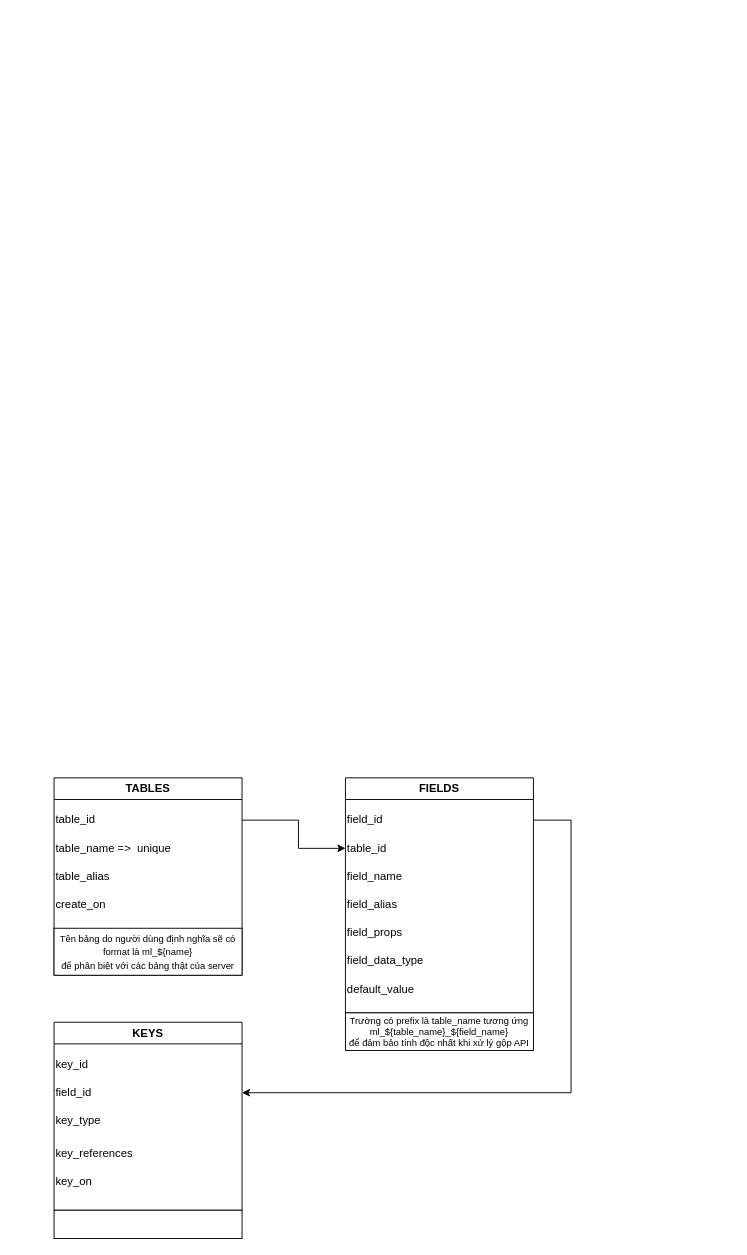
Above: CoreData.drawio in dbdev2912/khong_dc_khau_nghiep (draw.io), before the change. Source tidied: cells renumbered, new cells numbered last; positions are measured from the earlier drawing's top-left corner, leaving out a move shared by most shapes. Both pictures are drawn from the tidied source at 94%, with x=0, y=0 at pixel (54, 777).
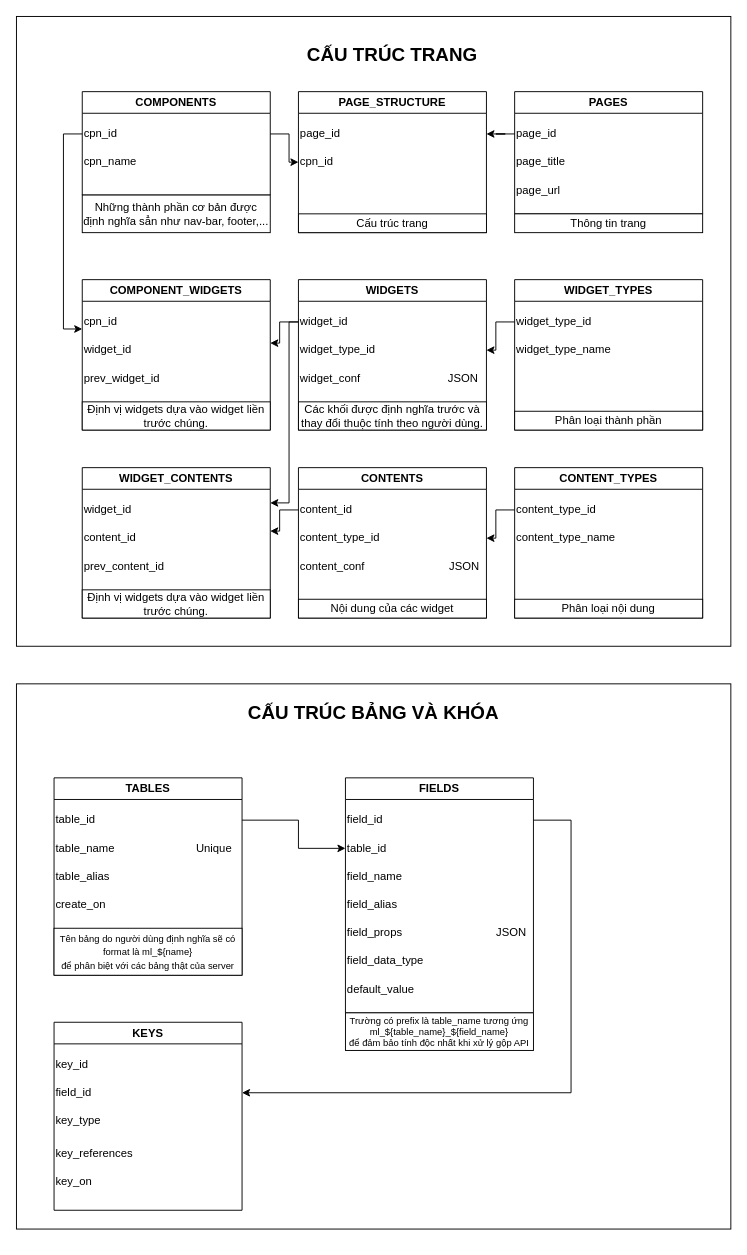
The same diagram, later.

Commit message (it also covers changes not shown here):
Cập nhật CoreData.drawio

Unchanged cells that the change refers to:
```xml
<mxCell id="2" value="TABLES" style="swimlane;whiteSpace=wrap;html=1;" parent="1" vertex="1">
  <mxGeometry width="200" height="210" as="geometry" />
</mxCell>
<mxCell id="8" value="&lt;span style=&quot;font-size: 12px;&quot;&gt;FIELDS&lt;/span&gt;" style="swimlane;whiteSpace=wrap;html=1;fontSize=10;" parent="1" vertex="1">
  <mxGeometry x="310" width="200" height="250" as="geometry" />
</mxCell>
```

Diff of the diagram source:
```diff
@@
+    <mxCell id="26" style="rounded=0;whiteSpace=wrap;html=1;fontSize=20;" parent="1" vertex="1">
+      <mxGeometry x="-40" y="-100" width="760" height="580" as="geometry" />
+    </mxCell>
+    <mxCell id="27" style="rounded=0;whiteSpace=wrap;html=1;" parent="1" vertex="1">
+      <mxGeometry x="-40" y="-810" width="760" height="670" as="geometry" />
+    </mxCell>
@@
-    <mxCell id="4" value="table_name&lt;span style=&quot;white-space: pre;&quot;&gt; &lt;/span&gt;=&amp;gt;&lt;span style=&quot;white-space: pre;&quot;&gt; &lt;/span&gt;&lt;span style=&quot;white-space: pre;&quot;&gt; &lt;/span&gt;unique" style="text;html=1;strokeColor=none;fillColor=none;align=left;verticalAlign=middle;whiteSpace=wrap;rounded=0;" parent="2" vertex="1">
+    <mxCell id="4" value="table_name&amp;nbsp; &amp;nbsp; &amp;nbsp; &amp;nbsp; &amp;nbsp; &amp;nbsp; &amp;nbsp; &amp;nbsp; &amp;nbsp; &amp;nbsp; &amp;nbsp;&lt;span style=&quot;white-space: pre;&quot;&gt; &lt;/span&gt;&lt;span style=&quot;white-space: pre;&quot;&gt;    U&lt;/span&gt;nique" style="text;html=1;strokeColor=none;fillColor=none;align=left;verticalAlign=middle;whiteSpace=wrap;rounded=0;" parent="2" vertex="1">
       <mxGeometry y="60" width="200" height="30" as="geometry" />
     </mxCell>
@@
-    <mxCell id="13" value="&lt;span style=&quot;font-size: 12px;&quot;&gt;field_props&lt;/span&gt;" style="text;html=1;strokeColor=none;fillColor=none;align=left;verticalAlign=middle;whiteSpace=wrap;rounded=0;fontSize=10;" parent="8" vertex="1">
+    <mxCell id="13" value="&lt;span style=&quot;font-size: 12px;&quot;&gt;field_props&amp;nbsp; &amp;nbsp; &amp;nbsp; &amp;nbsp; &amp;nbsp; &amp;nbsp; &amp;nbsp; &amp;nbsp; &amp;nbsp; &amp;nbsp; &amp;nbsp; &amp;nbsp; &amp;nbsp; &amp;nbsp; &amp;nbsp; JSON&lt;/span&gt;" style="text;html=1;strokeColor=none;fillColor=none;align=left;verticalAlign=middle;whiteSpace=wrap;rounded=0;fontSize=10;" parent="8" vertex="1">
       <mxGeometry y="150" width="200" height="30" as="geometry" />
     </mxCell>
@@
-    <mxCell id="24" style="rounded=0;whiteSpace=wrap;html=1;fontSize=12;" parent="1" vertex="1">
-      <mxGeometry y="460" width="200" height="30" as="geometry" />
-    </mxCell>
@@
+    <mxCell id="28" value="PAGES" style="swimlane;whiteSpace=wrap;html=1;" parent="1" vertex="1">
+      <mxGeometry x="490" y="-730" width="200" height="130" as="geometry" />
+    </mxCell>
+    <mxCell id="29" value="page_id" style="text;html=1;strokeColor=none;fillColor=none;align=left;verticalAlign=middle;whiteSpace=wrap;rounded=0;" parent="28" vertex="1">
+      <mxGeometry y="30" width="190" height="30" as="geometry" />
+    </mxCell>
+    <mxCell id="30" value="page_title" style="text;html=1;strokeColor=none;fillColor=none;align=left;verticalAlign=middle;whiteSpace=wrap;rounded=0;" parent="28" vertex="1">
+      <mxGeometry y="60" width="190" height="30" as="geometry" />
+    </mxCell>
+    <mxCell id="31" value="page_url" style="text;html=1;strokeColor=none;fillColor=none;align=left;verticalAlign=middle;whiteSpace=wrap;rounded=0;" parent="28" vertex="1">
+      <mxGeometry y="90" width="190" height="30" as="geometry" />
+    </mxCell>
+    <mxCell id="32" value="Thông tin trang" style="rounded=0;whiteSpace=wrap;html=1;" parent="1" vertex="1">
+      <mxGeometry x="490" y="-600" width="200" height="20" as="geometry" />
+    </mxCell>
+    <mxCell id="33" value="COMPONENTS" style="swimlane;whiteSpace=wrap;html=1;" parent="1" vertex="1">
+      <mxGeometry x="30" y="-730" width="200" height="110" as="geometry" />
+    </mxCell>
+    <mxCell id="34" value="cpn_id" style="text;html=1;strokeColor=none;fillColor=none;align=left;verticalAlign=middle;whiteSpace=wrap;rounded=0;" parent="33" vertex="1">
+      <mxGeometry y="30" width="200" height="30" as="geometry" />
+    </mxCell>
+    <mxCell id="35" value="cpn_name" style="text;html=1;strokeColor=none;fillColor=none;align=left;verticalAlign=middle;whiteSpace=wrap;rounded=0;" parent="33" vertex="1">
+      <mxGeometry y="60" width="60" height="30" as="geometry" />
+    </mxCell>
+    <mxCell id="36" value="Những thành phần cơ bản được định nghĩa sẳn như nav-bar, footer,..." style="rounded=0;whiteSpace=wrap;html=1;" parent="1" vertex="1">
+      <mxGeometry x="30" y="-620" width="200" height="40" as="geometry" />
+    </mxCell>
+    <mxCell id="37" value="COMPONENT_WIDGETS" style="swimlane;whiteSpace=wrap;html=1;" parent="1" vertex="1">
+      <mxGeometry x="30" y="-530" width="200" height="160" as="geometry" />
+    </mxCell>
+    <mxCell id="38" value="cpn_id" style="text;html=1;strokeColor=none;fillColor=none;align=left;verticalAlign=middle;whiteSpace=wrap;rounded=0;" parent="37" vertex="1">
+      <mxGeometry y="30" width="200" height="30" as="geometry" />
+    </mxCell>
+    <mxCell id="39" value="widget_id" style="text;html=1;strokeColor=none;fillColor=none;align=left;verticalAlign=middle;whiteSpace=wrap;rounded=0;" parent="37" vertex="1">
+      <mxGeometry y="60" width="200" height="30" as="geometry" />
+    </mxCell>
+    <mxCell id="40" value="prev_widget_id" style="text;html=1;strokeColor=none;fillColor=none;align=left;verticalAlign=middle;whiteSpace=wrap;rounded=0;" parent="37" vertex="1">
+      <mxGeometry y="90" width="200" height="30" as="geometry" />
+    </mxCell>
+    <mxCell id="41" value="Định vị widgets dựa vào widget liền trước chúng." style="rounded=0;whiteSpace=wrap;html=1;" parent="37" vertex="1">
+      <mxGeometry y="130" width="200" height="30" as="geometry" />
+    </mxCell>
+    <mxCell id="42" value="WIDGETS" style="swimlane;whiteSpace=wrap;html=1;" parent="1" vertex="1">
+      <mxGeometry x="260" y="-530" width="200" height="160" as="geometry" />
+    </mxCell>
+    <mxCell id="43" value="widget_id" style="text;html=1;strokeColor=none;fillColor=none;align=left;verticalAlign=middle;whiteSpace=wrap;rounded=0;" parent="42" vertex="1">
+      <mxGeometry y="30" width="200" height="30" as="geometry" />
+    </mxCell>
+    <mxCell id="44" value="widget_type_id" style="text;html=1;strokeColor=none;fillColor=none;align=left;verticalAlign=middle;whiteSpace=wrap;rounded=0;" parent="42" vertex="1">
+      <mxGeometry y="60" width="200" height="30" as="geometry" />
+    </mxCell>
+    <mxCell id="45" value="widget_conf&amp;nbsp; &amp;nbsp; &amp;nbsp; &amp;nbsp; &amp;nbsp; &amp;nbsp; &amp;nbsp; &amp;nbsp; &amp;nbsp; &amp;nbsp; &amp;nbsp; &amp;nbsp; &amp;nbsp; &amp;nbsp; JSON" style="text;html=1;strokeColor=none;fillColor=none;align=left;verticalAlign=middle;whiteSpace=wrap;rounded=0;" parent="42" vertex="1">
+      <mxGeometry y="90" width="200" height="30" as="geometry" />
+    </mxCell>
+    <mxCell id="46" value="Các khối được định nghĩa trước và thay đổi thuộc tính theo người dùng." style="rounded=0;whiteSpace=wrap;html=1;" parent="42" vertex="1">
+      <mxGeometry y="130" width="200" height="30" as="geometry" />
+    </mxCell>
+    <mxCell id="47" value="WIDGET_TYPES" style="swimlane;whiteSpace=wrap;html=1;" parent="1" vertex="1">
+      <mxGeometry x="490" y="-530" width="200" height="160" as="geometry" />
+    </mxCell>
+    <mxCell id="48" value="widget_type_id" style="text;html=1;strokeColor=none;fillColor=none;align=left;verticalAlign=middle;whiteSpace=wrap;rounded=0;" parent="47" vertex="1">
+      <mxGeometry y="30" width="200" height="30" as="geometry" />
+    </mxCell>
+    <mxCell id="49" value="widget_type_name" style="text;html=1;strokeColor=none;fillColor=none;align=left;verticalAlign=middle;whiteSpace=wrap;rounded=0;" parent="47" vertex="1">
+      <mxGeometry y="60" width="200" height="30" as="geometry" />
+    </mxCell>
+    <mxCell id="50" value="Phân loại thành phần" style="rounded=0;whiteSpace=wrap;html=1;" parent="47" vertex="1">
+      <mxGeometry y="140" width="200" height="20" as="geometry" />
+    </mxCell>
+    <mxCell id="51" value="PAGE_STRUCTURE" style="swimlane;whiteSpace=wrap;html=1;" parent="1" vertex="1">
+      <mxGeometry x="260" y="-730" width="200" height="150" as="geometry" />
+    </mxCell>
+    <mxCell id="52" value="page_id" style="text;html=1;strokeColor=none;fillColor=none;align=left;verticalAlign=middle;whiteSpace=wrap;rounded=0;" parent="51" vertex="1">
+      <mxGeometry y="30" width="200" height="30" as="geometry" />
+    </mxCell>
+    <mxCell id="53" value="cpn_id" style="text;html=1;strokeColor=none;fillColor=none;align=left;verticalAlign=middle;whiteSpace=wrap;rounded=0;" parent="51" vertex="1">
+      <mxGeometry y="60" width="200" height="30" as="geometry" />
+    </mxCell>
+    <mxCell id="54" value="Cấu trúc trang" style="rounded=0;whiteSpace=wrap;html=1;" parent="51" vertex="1">
+      <mxGeometry y="130" width="200" height="20" as="geometry" />
+    </mxCell>
+    <mxCell id="55" value="CONTENTS" style="swimlane;whiteSpace=wrap;html=1;" parent="1" vertex="1">
+      <mxGeometry x="260" y="-330" width="200" height="160" as="geometry" />
+    </mxCell>
+    <mxCell id="56" value="content_id" style="text;html=1;strokeColor=none;fillColor=none;align=left;verticalAlign=middle;whiteSpace=wrap;rounded=0;" parent="55" vertex="1">
+      <mxGeometry y="30" width="200" height="30" as="geometry" />
+    </mxCell>
+    <mxCell id="57" value="content_type_id" style="text;html=1;strokeColor=none;fillColor=none;align=left;verticalAlign=middle;whiteSpace=wrap;rounded=0;" parent="55" vertex="1">
+      <mxGeometry y="60" width="200" height="30" as="geometry" />
+    </mxCell>
+    <mxCell id="58" value="content_conf&amp;nbsp; &amp;nbsp; &amp;nbsp; &amp;nbsp; &amp;nbsp; &amp;nbsp; &amp;nbsp; &amp;nbsp; &amp;nbsp; &amp;nbsp; &amp;nbsp; &amp;nbsp; &amp;nbsp; &amp;nbsp;JSON" style="text;html=1;strokeColor=none;fillColor=none;align=left;verticalAlign=middle;whiteSpace=wrap;rounded=0;" parent="55" vertex="1">
+      <mxGeometry y="90" width="200" height="30" as="geometry" />
+    </mxCell>
+    <mxCell id="59" value="Nội dung của các widget" style="rounded=0;whiteSpace=wrap;html=1;" parent="55" vertex="1">
+      <mxGeometry y="140" width="200" height="20" as="geometry" />
+    </mxCell>
+    <mxCell id="60" value="CONTENT_TYPES" style="swimlane;whiteSpace=wrap;html=1;" parent="1" vertex="1">
+      <mxGeometry x="490" y="-330" width="200" height="160" as="geometry" />
+    </mxCell>
+    <mxCell id="61" value="content_type_id" style="text;html=1;strokeColor=none;fillColor=none;align=left;verticalAlign=middle;whiteSpace=wrap;rounded=0;" parent="60" vertex="1">
+      <mxGeometry y="30" width="200" height="30" as="geometry" />
+    </mxCell>
+    <mxCell id="62" value="content_type_name" style="text;html=1;strokeColor=none;fillColor=none;align=left;verticalAlign=middle;whiteSpace=wrap;rounded=0;" parent="60" vertex="1">
+      <mxGeometry y="60" width="200" height="30" as="geometry" />
+    </mxCell>
+    <mxCell id="63" value="Phân loại nội dung" style="rounded=0;whiteSpace=wrap;html=1;" parent="60" vertex="1">
+      <mxGeometry y="140" width="200" height="20" as="geometry" />
+    </mxCell>
+    <mxCell id="64" value="WIDGET_CONTENTS" style="swimlane;whiteSpace=wrap;html=1;" parent="1" vertex="1">
+      <mxGeometry x="30" y="-330" width="200" height="160" as="geometry" />
+    </mxCell>
+    <mxCell id="65" value="widget_id" style="text;html=1;strokeColor=none;fillColor=none;align=left;verticalAlign=middle;whiteSpace=wrap;rounded=0;" parent="64" vertex="1">
+      <mxGeometry y="30" width="200" height="30" as="geometry" />
+    </mxCell>
+    <mxCell id="66" value="content_id" style="text;html=1;strokeColor=none;fillColor=none;align=left;verticalAlign=middle;whiteSpace=wrap;rounded=0;" parent="64" vertex="1">
+      <mxGeometry y="60" width="200" height="30" as="geometry" />
+    </mxCell>
+    <mxCell id="67" value="prev_content_id" style="text;html=1;strokeColor=none;fillColor=none;align=left;verticalAlign=middle;whiteSpace=wrap;rounded=0;" parent="64" vertex="1">
+      <mxGeometry y="90" width="200" height="30" as="geometry" />
+    </mxCell>
+    <mxCell id="68" value="Định vị widgets dựa vào widget liền trước chúng." style="rounded=0;whiteSpace=wrap;html=1;" parent="64" vertex="1">
+      <mxGeometry y="130" width="200" height="30" as="geometry" />
+    </mxCell>
+    <mxCell id="69" style="edgeStyle=orthogonalEdgeStyle;rounded=0;jettySize=auto;html=1;" parent="1" edge="1" source="29" target="52">
+      <mxGeometry relative="1" as="geometry" />
+    </mxCell>
+    <mxCell id="70" style="edgeStyle=orthogonalEdgeStyle;rounded=0;jettySize=auto;html=1;" parent="1" edge="1" source="34" target="53">
+      <mxGeometry relative="1" as="geometry" />
+    </mxCell>
+    <mxCell id="71" style="edgeStyle=orthogonalEdgeStyle;rounded=0;jettySize=auto;html=1;entryX=0;entryY=0.75;entryDx=0;entryDy=0;" parent="1" edge="1" source="34" target="38">
+      <mxGeometry relative="1" as="geometry">
+        <Array as="points">
+          <mxPoint x="10" y="-685" />
+          <mxPoint x="10" y="-478" />
+        </Array>
+      </mxGeometry>
+    </mxCell>
+    <mxCell id="72" style="edgeStyle=orthogonalEdgeStyle;rounded=0;jettySize=auto;html=1;entryX=1;entryY=0.25;entryDx=0;entryDy=0;" parent="1" edge="1" source="43" target="39">
+      <mxGeometry relative="1" as="geometry" />
+    </mxCell>
+    <mxCell id="73" style="edgeStyle=orthogonalEdgeStyle;rounded=0;jettySize=auto;html=1;entryX=1;entryY=0.5;entryDx=0;entryDy=0;" parent="1" edge="1" source="48" target="44">
+      <mxGeometry relative="1" as="geometry" />
+    </mxCell>
+    <mxCell id="74" style="edgeStyle=orthogonalEdgeStyle;rounded=0;jettySize=auto;html=1;entryX=1;entryY=0.25;entryDx=0;entryDy=0;" parent="1" edge="1" source="43" target="65">
+      <mxGeometry relative="1" as="geometry">
+        <Array as="points">
+          <mxPoint x="250" y="-485" />
+          <mxPoint x="250" y="-292" />
+        </Array>
+      </mxGeometry>
+    </mxCell>
+    <mxCell id="75" style="edgeStyle=orthogonalEdgeStyle;rounded=0;jettySize=auto;html=1;entryX=1;entryY=0.25;entryDx=0;entryDy=0;" parent="1" edge="1" source="56" target="66">
+      <mxGeometry relative="1" as="geometry" />
+    </mxCell>
+    <mxCell id="76" style="edgeStyle=orthogonalEdgeStyle;rounded=0;jettySize=auto;html=1;entryX=1;entryY=0.5;entryDx=0;entryDy=0;" parent="1" edge="1" source="61" target="57">
+      <mxGeometry relative="1" as="geometry" />
+    </mxCell>
+    <mxCell id="77" value="&lt;b&gt;&lt;font style=&quot;font-size: 20px;&quot;&gt;CẤU TRÚC TRANG&lt;/font&gt;&lt;/b&gt;" style="text;html=1;strokeColor=none;fillColor=none;align=center;verticalAlign=middle;whiteSpace=wrap;rounded=0;" parent="1" vertex="1">
+      <mxGeometry x="10" y="-800" width="700" height="60" as="geometry" />
+    </mxCell>
+    <mxCell id="78" value="&lt;span style=&quot;font-size: 20px;&quot;&gt;&lt;b&gt;CẤU TRÚC BẢNG VÀ KHÓA&lt;/b&gt;&lt;/span&gt;" style="text;html=1;strokeColor=none;fillColor=none;align=center;verticalAlign=middle;whiteSpace=wrap;rounded=0;" parent="1" vertex="1">
+      <mxGeometry x="-10" y="-100" width="700" height="60" as="geometry" />
+    </mxCell>
```
